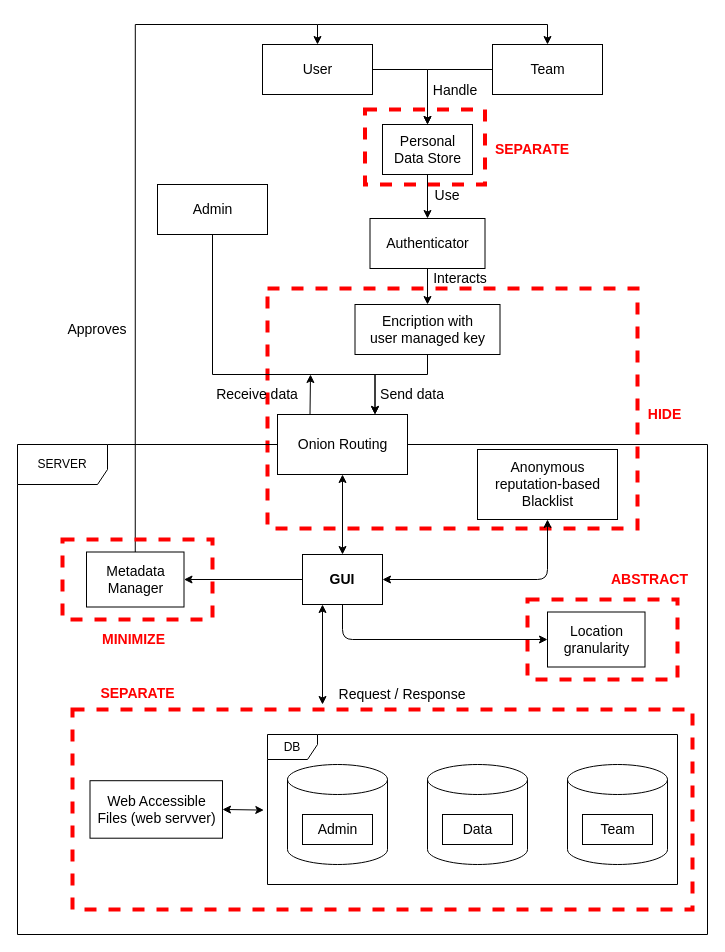
Before: page "Page-2" (2 of 2) of Process Oriented Strategy design.drawio in pegasusgio/Civic-Sense, a draw.io diagram. Source tidied: cells renumbered, new cells numbered last; positions are measured from the earlier drawing's top-left corner, leaving out a move shared by most shapes. Both pictures are drawn from the tidied source at 100%, with x=0, y=0 at pixel (17, 24).
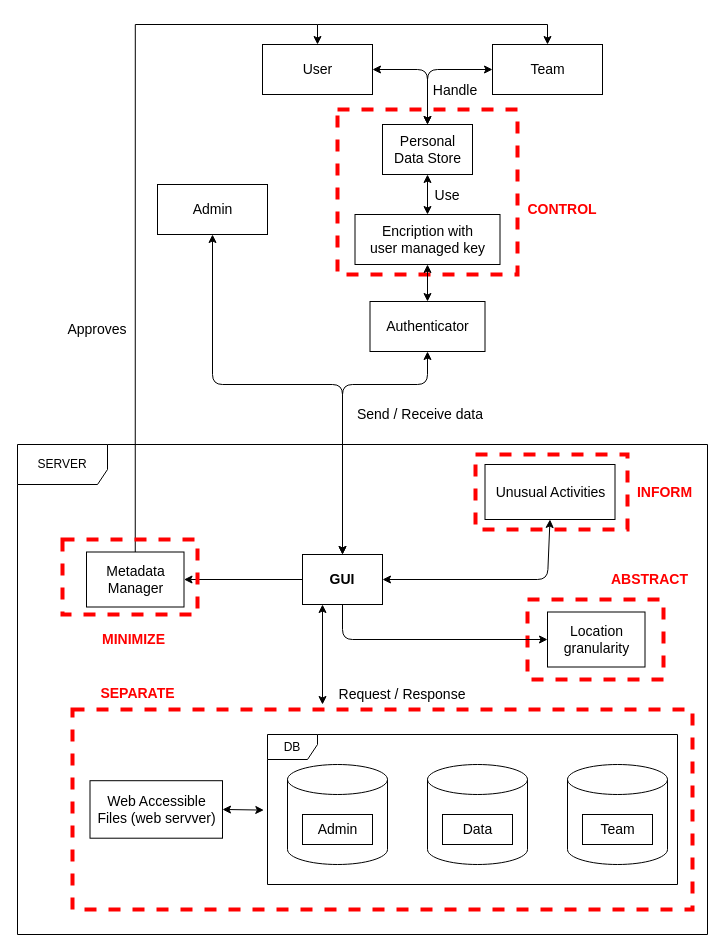
The same page after the edit.

The change refers to these unchanged cells:
```xml
<mxCell id="9" value="&lt;font style=&quot;font-size: 14px&quot;&gt;Team&lt;/font&gt;" style="html=1;" parent="1" vertex="1">
  <mxGeometry x="475" y="20" width="110" height="50" as="geometry" />
</mxCell>
<mxCell id="17" value="&lt;font style=&quot;font-size: 14px&quot;&gt;Personal&lt;br&gt;Data Store&lt;/font&gt;" style="html=1;" parent="1" vertex="1">
  <mxGeometry x="365" y="100" width="90" height="50" as="geometry" />
</mxCell>
<mxCell id="22" value="&lt;font style=&quot;font-size: 14px&quot;&gt;User&lt;/font&gt;" style="html=1;" parent="1" vertex="1">
  <mxGeometry x="245" y="20" width="110" height="50" as="geometry" />
</mxCell>
<mxCell id="24" value="&lt;font style=&quot;font-size: 14px&quot;&gt;&lt;b&gt;GUI&lt;/b&gt;&lt;/font&gt;" style="rounded=0;whiteSpace=wrap;html=1;" parent="1" vertex="1">
  <mxGeometry x="285" y="530" width="80" height="50" as="geometry" />
</mxCell>
<mxCell id="27" value="&lt;font style=&quot;font-size: 14px&quot;&gt;Admin&lt;/font&gt;" style="html=1;" parent="1" vertex="1">
  <mxGeometry x="140" y="160" width="110" height="50" as="geometry" />
</mxCell>
```

Change to the diagram source:
```diff
@@
-    <mxCell id="3" style="html=1;whiteSpace=wrap;fontSize=12;fontStyle=0;verticalAlign=top;align=center;dashed=1;spacingTop=3;strokeWidth=4;fillColor=none;strokeColor=#FF0000;" parent="1" vertex="1">
-      <mxGeometry x="250" y="264" width="370" height="240" as="geometry" />
-    </mxCell>
     <mxCell id="4" style="html=1;whiteSpace=wrap;fontSize=12;fontStyle=0;verticalAlign=top;align=center;dashed=1;spacingTop=3;strokeWidth=4;fillColor=none;strokeColor=#FF0000;" parent="1" vertex="1">
-      <mxGeometry x="347.5" y="85" width="120" height="75" as="geometry" />
+      <mxGeometry x="320" y="85" width="180" height="165" as="geometry" />
     </mxCell>
@@
-    <mxCell id="7" style="edgeStyle=orthogonalEdgeStyle;rounded=0;jettySize=auto;html=1;exitX=0.5;exitY=1;exitDx=0;exitDy=0;entryX=0.75;entryY=0;entryDx=0;entryDy=0;startArrow=none;" parent="1" edge="1" source="36" target="10">
-      <mxGeometry relative="1" as="geometry">
-        <Array as="points">
-          <mxPoint x="357" y="350" />
-        </Array>
-      </mxGeometry>
-    </mxCell>
-    <mxCell id="8" style="edgeStyle=orthogonalEdgeStyle;rounded=0;jettySize=auto;html=1;exitX=0;exitY=0.5;exitDx=0;exitDy=0;entryX=0.5;entryY=0;entryDx=0;entryDy=0;" parent="1" edge="1" source="9" target="17">
-      <mxGeometry relative="1" as="geometry" />
-    </mxCell>
@@
-    <mxCell id="10" value="&lt;font style=&quot;font-size: 14px&quot;&gt;Onion Routing&lt;/font&gt;" style="html=1;" parent="1" vertex="1">
-      <mxGeometry x="260" y="390" width="130" height="60" as="geometry" />
-    </mxCell>
@@
-    <mxCell id="16" style="edgeStyle=orthogonalEdgeStyle;rounded=0;jettySize=auto;html=1;exitX=0.5;exitY=1;exitDx=0;exitDy=0;" parent="1" edge="1" source="17" target="31">
-      <mxGeometry relative="1" as="geometry" />
-    </mxCell>
@@
-    <mxCell id="19" value="&lt;font style=&quot;font-size: 14px&quot;&gt;Send data&lt;/font&gt;" style="text;html=1;strokeColor=none;fillColor=none;align=center;verticalAlign=middle;whiteSpace=wrap;rounded=0;" parent="1" vertex="1">
-      <mxGeometry x="355" y="360" width="80" height="20" as="geometry" />
+    <mxCell id="19" value="&lt;font style=&quot;font-size: 14px&quot;&gt;Send / Receive data&lt;/font&gt;" style="text;html=1;strokeColor=none;fillColor=none;align=center;verticalAlign=middle;whiteSpace=wrap;rounded=0;" parent="1" vertex="1">
+      <mxGeometry x="322.5" y="380" width="160" height="20" as="geometry" />
     </mxCell>
-    <mxCell id="20" value="&lt;font style=&quot;font-size: 14px&quot;&gt;Anonymous&lt;br&gt;reputation-based&lt;br&gt;Blacklist&lt;/font&gt;" style="html=1;" parent="1" vertex="1">
-      <mxGeometry x="460" y="425" width="140" height="70" as="geometry" />
+    <mxCell id="20" value="&lt;span style=&quot;font-size: 14px&quot;&gt;Unusual Activities&lt;/span&gt;" style="html=1;" parent="1" vertex="1">
+      <mxGeometry x="467.5" y="440" width="130" height="55" as="geometry" />
     </mxCell>
-    <mxCell id="21" style="edgeStyle=orthogonalEdgeStyle;rounded=0;jettySize=auto;html=1;exitX=1;exitY=0.5;exitDx=0;exitDy=0;entryX=0.5;entryY=0;entryDx=0;entryDy=0;" parent="1" edge="1" source="22" target="17">
-      <mxGeometry relative="1" as="geometry" />
-    </mxCell>
@@
-    <mxCell id="26" style="edgeStyle=orthogonalEdgeStyle;rounded=0;jettySize=auto;html=1;exitX=0.5;exitY=1;exitDx=0;exitDy=0;entryX=0.75;entryY=0;entryDx=0;entryDy=0;" parent="1" edge="1" source="27" target="10">
-      <mxGeometry relative="1" as="geometry">
-        <Array as="points">
-          <mxPoint x="195" y="350" />
-          <mxPoint x="358" y="350" />
-        </Array>
-      </mxGeometry>
-    </mxCell>
@@
-    <mxCell id="28" style="endArrow=classic;html=1;exitX=0.25;exitY=0;exitDx=0;exitDy=0;" parent="1" edge="1" source="10">
-      <mxGeometry relative="1" as="geometry">
-        <mxPoint x="293" y="350" as="targetPoint" />
-      </mxGeometry>
-    </mxCell>
-    <mxCell id="29" value="&lt;font style=&quot;font-size: 14px&quot;&gt;Receive data&lt;/font&gt;" style="text;html=1;strokeColor=none;fillColor=none;align=center;verticalAlign=middle;whiteSpace=wrap;rounded=0;" parent="1" vertex="1">
-      <mxGeometry x="195" y="360" width="90" height="20" as="geometry" />
-    </mxCell>
-    <mxCell id="30" style="edgeStyle=orthogonalEdgeStyle;rounded=0;jettySize=auto;html=1;exitX=0.5;exitY=1;exitDx=0;exitDy=0;" parent="1" edge="1" source="31" target="36">
-      <mxGeometry relative="1" as="geometry" />
-    </mxCell>
     <mxCell id="31" value="&lt;span style=&quot;font-size: 14px&quot;&gt;Authenticator&lt;/span&gt;" style="html=1;" parent="1" vertex="1">
-      <mxGeometry x="352.5" y="194" width="115" height="50" as="geometry" />
+      <mxGeometry x="352.5" y="277" width="115" height="50" as="geometry" />
     </mxCell>
-    <mxCell id="32" value="&lt;font style=&quot;font-size: 14px&quot;&gt;Interacts&lt;/font&gt;" style="text;html=1;strokeColor=none;fillColor=none;align=center;verticalAlign=middle;whiteSpace=wrap;rounded=0;" parent="1" vertex="1">
-      <mxGeometry x="402.5" y="244" width="80" height="20" as="geometry" />
-    </mxCell>
-    <mxCell id="33" value="&lt;font color=&quot;#ff0000&quot; size=&quot;1&quot;&gt;&lt;b style=&quot;font-size: 14px&quot;&gt;HIDE&lt;/b&gt;&lt;/font&gt;" style="text;html=1;strokeColor=none;fillColor=none;align=center;verticalAlign=middle;whiteSpace=wrap;rounded=0;dashed=1;" parent="1" vertex="1">
-      <mxGeometry x="620" y="380" width="55" height="20" as="geometry" />
+    <mxCell id="33" value="&lt;font color=&quot;#ff0000&quot; size=&quot;1&quot;&gt;&lt;b style=&quot;font-size: 14px&quot;&gt;INFORM&lt;/b&gt;&lt;/font&gt;" style="text;html=1;strokeColor=none;fillColor=none;align=center;verticalAlign=middle;whiteSpace=wrap;rounded=0;dashed=1;" parent="1" vertex="1">
+      <mxGeometry x="620" y="457.5" width="55" height="20" as="geometry" />
     </mxCell>
@@
-    <mxCell id="35" value="&lt;font color=&quot;#ff0000&quot; size=&quot;1&quot;&gt;&lt;b style=&quot;font-size: 14px&quot;&gt;SEPARATE&lt;/b&gt;&lt;/font&gt;" style="text;html=1;strokeColor=none;fillColor=none;align=center;verticalAlign=middle;whiteSpace=wrap;rounded=0;dashed=1;" parent="1" vertex="1">
-      <mxGeometry x="480" y="115" width="70" height="20" as="geometry" />
+    <mxCell id="35" value="&lt;font color=&quot;#ff0000&quot; size=&quot;1&quot;&gt;&lt;b style=&quot;font-size: 14px&quot;&gt;CONTROL&lt;/b&gt;&lt;/font&gt;" style="text;html=1;strokeColor=none;fillColor=none;align=center;verticalAlign=middle;whiteSpace=wrap;rounded=0;dashed=1;" parent="1" vertex="1">
+      <mxGeometry x="510" y="175" width="70" height="20" as="geometry" />
     </mxCell>
     <mxCell id="36" value="&lt;font style=&quot;font-size: 14px&quot;&gt;Encription with&lt;br&gt;user managed key&lt;/font&gt;" style="html=1;" parent="1" vertex="1">
-      <mxGeometry x="337.5" y="280" width="145" height="50" as="geometry" />
+      <mxGeometry x="337.5" y="190" width="145" height="50" as="geometry" />
     </mxCell>
     <mxCell id="37" style="html=1;whiteSpace=wrap;fontSize=12;fontStyle=0;verticalAlign=top;align=center;dashed=1;spacingTop=3;strokeWidth=4;fillColor=none;strokeColor=#FF0000;" parent="1" vertex="1">
-      <mxGeometry x="510" y="575" width="150" height="80" as="geometry" />
+      <mxGeometry x="510" y="575" width="136" height="80" as="geometry" />
     </mxCell>
@@
-    <mxCell id="39" style="endArrow=classic;startArrow=classic;html=1;entryX=0.5;entryY=1;entryDx=0;entryDy=0;exitX=0.5;exitY=0;exitDx=0;exitDy=0;" parent="1" edge="1" source="24" target="10">
-      <mxGeometry relative="1" as="geometry" />
-    </mxCell>
@@
     <mxCell id="45" style="html=1;whiteSpace=wrap;fontSize=12;fontStyle=0;verticalAlign=top;align=center;dashed=1;spacingTop=3;strokeWidth=4;fillColor=none;strokeColor=#FF0000;" parent="1" vertex="1">
-      <mxGeometry x="45" y="515" width="150" height="80" as="geometry" />
+      <mxGeometry x="45" y="515" width="135" height="75" as="geometry" />
     </mxCell>
@@
+    <mxCell id="56" style="html=1;whiteSpace=wrap;fontSize=12;fontStyle=0;verticalAlign=top;align=center;dashed=1;spacingTop=3;strokeWidth=4;fillColor=none;strokeColor=#FF0000;" parent="1" vertex="1">
+      <mxGeometry x="458" y="430" width="152" height="75" as="geometry" />
+    </mxCell>
+    <mxCell id="57" style="endArrow=classic;startArrow=classic;html=1;entryX=1;entryY=0.5;entryDx=0;entryDy=0;exitX=0.5;exitY=0;exitDx=0;exitDy=0;" parent="1" edge="1">
+      <mxGeometry relative="1" as="geometry">
+        <mxPoint x="410" y="100" as="sourcePoint" />
+        <mxPoint x="355" y="45" as="targetPoint" />
+        <Array as="points">
+          <mxPoint x="410" y="45" />
+        </Array>
+      </mxGeometry>
+    </mxCell>
+    <mxCell id="58" style="endArrow=classic;startArrow=classic;html=1;exitX=0;exitY=0.5;exitDx=0;exitDy=0;" parent="1" edge="1">
+      <mxGeometry relative="1" as="geometry">
+        <mxPoint x="475" y="45" as="sourcePoint" />
+        <mxPoint x="410" y="100" as="targetPoint" />
+        <Array as="points">
+          <mxPoint x="410" y="45" />
+        </Array>
+      </mxGeometry>
+    </mxCell>
+    <mxCell id="59" style="endArrow=classic;startArrow=classic;html=1;entryX=0.5;entryY=1;entryDx=0;entryDy=0;" parent="1" edge="1">
+      <mxGeometry relative="1" as="geometry">
+        <mxPoint x="410" y="190" as="sourcePoint" />
+        <mxPoint x="410" y="150" as="targetPoint" />
+      </mxGeometry>
+    </mxCell>
+    <mxCell id="30" style="endArrow=classic;startArrow=classic;html=1;entryX=0.5;entryY=1;entryDx=0;entryDy=0;exitX=0.5;exitY=0;exitDx=0;exitDy=0;" parent="1" edge="1" source="31" target="36">
+      <mxGeometry relative="1" as="geometry" />
+    </mxCell>
+    <mxCell id="60" style="endArrow=classic;startArrow=classic;html=1;exitX=0.5;exitY=0;exitDx=0;exitDy=0;entryX=0.5;entryY=1;entryDx=0;entryDy=0;" parent="1" edge="1" source="24" target="27">
+      <mxGeometry relative="1" as="geometry">
+        <Array as="points">
+          <mxPoint x="325" y="360" />
+          <mxPoint x="195" y="360" />
+        </Array>
+      </mxGeometry>
+    </mxCell>
+    <mxCell id="61" style="endArrow=classic;startArrow=classic;html=1;exitX=0.5;exitY=1;exitDx=0;exitDy=0;entryX=0.5;entryY=0;entryDx=0;entryDy=0;" parent="1" edge="1" source="31" target="24">
+      <mxGeometry relative="1" as="geometry">
+        <Array as="points">
+          <mxPoint x="410" y="360" />
+          <mxPoint x="325" y="360" />
+        </Array>
+      </mxGeometry>
+    </mxCell>
```
